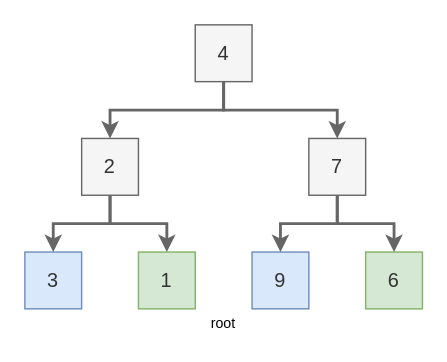
This is page "2" (2 of 3) of docs/problems201_300/invert-binary-tree.drawio from hanggrian/grind-leetcode, a draw.io file, before an edit. Source tidied: cells renumbered, new cells numbered last; positions are measured from the earlier drawing's top-left corner, leaving out a move shared by most shapes. Both pictures are drawn from the tidied source at 142%, with x=0, y=0 at pixel (24, 24).
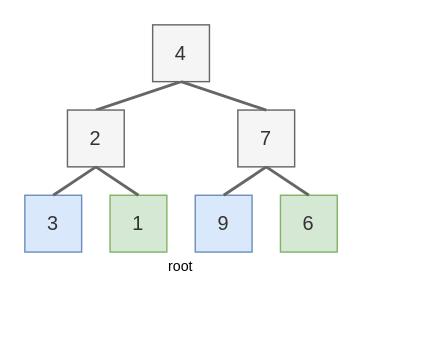
The same page after the edit.

Diff of the diagram source:
```diff
@@
 <mxGraphModel>
   <root>
-    <mxCell id="0" />
-    <mxCell id="1" parent="0" />
+    <mxCell id="16" />
+    <mxCell id="17" parent="16" />
-    <mxCell id="2" style="edgeStyle=orthogonalEdgeStyle;rounded=0;jettySize=auto;html=1;exitX=0.5;exitY=1;exitDx=0;exitDy=0;entryX=0.5;entryY=0;entryDx=0;entryDy=0;fillColor=#f5f5f5;strokeColor=#666666;strokeWidth=2;" parent="1" edge="1" source="3" target="4">
+    <mxCell id="2" style="rounded=0;jettySize=auto;html=1;exitX=0.5;exitY=1;exitDx=0;exitDy=0;entryX=0.5;entryY=0;entryDx=0;entryDy=0;fillColor=#f5f5f5;strokeColor=#666666;strokeWidth=2;endArrow=none;startFill=0;" parent="17" edge="1" source="3" target="4">
       <mxGeometry relative="1" as="geometry" />
     </mxCell>
-    <mxCell id="3" value="4" style="text;html=1;align=center;verticalAlign=middle;whiteSpace=wrap;rounded=0;fillColor=#f5f5f5;strokeColor=#666666;fontSize=14;fontColor=#333333;" parent="1" vertex="1">
-      <mxGeometry x="120" width="40" height="40" as="geometry" />
+    <mxCell id="3" value="4" style="text;html=1;align=center;verticalAlign=middle;whiteSpace=wrap;rounded=0;fillColor=#f5f5f5;strokeColor=#666666;fontSize=14;fontColor=#333333;" parent="17" vertex="1">
+      <mxGeometry x="90" width="40" height="40" as="geometry" />
     </mxCell>
-    <mxCell id="4" value="2" style="text;html=1;align=center;verticalAlign=middle;whiteSpace=wrap;rounded=0;fillColor=#f5f5f5;strokeColor=#666666;fontSize=14;fontColor=#333333;" parent="1" vertex="1">
-      <mxGeometry x="40" y="80" width="40" height="40" as="geometry" />
+    <mxCell id="4" value="2" style="text;html=1;align=center;verticalAlign=middle;whiteSpace=wrap;rounded=0;fillColor=#f5f5f5;strokeColor=#666666;fontSize=14;fontColor=#333333;" parent="17" vertex="1">
+      <mxGeometry x="30" y="60" width="40" height="40" as="geometry" />
     </mxCell>
-    <mxCell id="5" value="root" style="text;html=1;align=center;verticalAlign=middle;whiteSpace=wrap;rounded=0;fontSize=10;" parent="1" vertex="1">
-      <mxGeometry y="200" width="280" height="20" as="geometry" />
+    <mxCell id="5" value="root" style="text;html=1;align=center;verticalAlign=middle;whiteSpace=wrap;rounded=0;fontSize=10;" parent="17" vertex="1">
+      <mxGeometry y="160" width="220" height="20" as="geometry" />
     </mxCell>
+    <mxCell id="8" value="3" style="text;html=1;align=center;verticalAlign=middle;whiteSpace=wrap;rounded=0;fillColor=#dae8fc;strokeColor=#6c8ebf;fontSize=14;fontColor=#333333;" parent="17" vertex="1">
+      <mxGeometry y="120" width="40" height="40" as="geometry" />
+    </mxCell>
+    <mxCell id="9" style="rounded=0;jettySize=auto;html=1;exitX=0.5;exitY=1;exitDx=0;exitDy=0;entryX=0.5;entryY=0;entryDx=0;entryDy=0;fillColor=#f5f5f5;strokeColor=#666666;strokeWidth=2;endArrow=none;startFill=0;" parent="17" edge="1" source="4" target="8">
+      <mxGeometry relative="1" as="geometry" />
+    </mxCell>
-    <mxCell id="6" value="1" style="text;html=1;align=center;verticalAlign=middle;whiteSpace=wrap;rounded=0;fillColor=#d5e8d4;strokeColor=#82b366;fontSize=14;fontColor=#333333;" parent="1" vertex="1">
-      <mxGeometry x="80" y="160" width="40" height="40" as="geometry" />
+    <mxCell id="6" value="1" style="text;html=1;align=center;verticalAlign=middle;whiteSpace=wrap;rounded=0;fillColor=#d5e8d4;strokeColor=#82b366;fontSize=14;fontColor=#333333;" parent="17" vertex="1">
+      <mxGeometry x="60" y="120" width="40" height="40" as="geometry" />
     </mxCell>
-    <mxCell id="7" style="edgeStyle=orthogonalEdgeStyle;rounded=0;jettySize=auto;html=1;exitX=0.5;exitY=1;exitDx=0;exitDy=0;entryX=0.5;entryY=0;entryDx=0;entryDy=0;fillColor=#f5f5f5;strokeColor=#666666;strokeWidth=2;" parent="1" edge="1" source="4" target="6">
+    <mxCell id="7" style="rounded=0;jettySize=auto;html=1;exitX=0.5;exitY=1;exitDx=0;exitDy=0;entryX=0.5;entryY=0;entryDx=0;entryDy=0;fillColor=#f5f5f5;strokeColor=#666666;strokeWidth=2;endArrow=none;startFill=0;" parent="17" edge="1" source="4" target="6">
       <mxGeometry relative="1" as="geometry" />
     </mxCell>
-    <mxCell id="8" value="3" style="text;html=1;align=center;verticalAlign=middle;whiteSpace=wrap;rounded=0;fillColor=#dae8fc;strokeColor=#6c8ebf;fontSize=14;fontColor=#333333;" parent="1" vertex="1">
-      <mxGeometry y="160" width="40" height="40" as="geometry" />
-    </mxCell>
-    <mxCell id="9" style="edgeStyle=orthogonalEdgeStyle;rounded=0;jettySize=auto;html=1;exitX=0.5;exitY=1;exitDx=0;exitDy=0;entryX=0.5;entryY=0;entryDx=0;entryDy=0;fillColor=#f5f5f5;strokeColor=#666666;strokeWidth=2;" parent="1" edge="1" source="4" target="8">
-      <mxGeometry relative="1" as="geometry" />
-    </mxCell>
-    <mxCell id="10" value="7" style="text;html=1;align=center;verticalAlign=middle;whiteSpace=wrap;rounded=0;fillColor=#f5f5f5;strokeColor=#666666;fontSize=14;fontColor=#333333;" parent="1" vertex="1">
-      <mxGeometry x="200" y="80" width="40" height="40" as="geometry" />
+    <mxCell id="10" value="7" style="text;html=1;align=center;verticalAlign=middle;whiteSpace=wrap;rounded=0;fillColor=#f5f5f5;strokeColor=#666666;fontSize=14;fontColor=#333333;" parent="17" vertex="1">
+      <mxGeometry x="150" y="60" width="40" height="40" as="geometry" />
     </mxCell>
+    <mxCell id="13" value="9" style="text;html=1;align=center;verticalAlign=middle;whiteSpace=wrap;rounded=0;fillColor=#dae8fc;strokeColor=#6c8ebf;fontSize=14;fontColor=#333333;" parent="17" vertex="1">
+      <mxGeometry x="120" y="120" width="40" height="40" as="geometry" />
+    </mxCell>
+    <mxCell id="14" style="rounded=0;jettySize=auto;html=1;exitX=0.5;exitY=1;exitDx=0;exitDy=0;entryX=0.5;entryY=0;entryDx=0;entryDy=0;fillColor=#f5f5f5;strokeColor=#666666;strokeWidth=2;endArrow=none;startFill=0;" parent="17" edge="1" source="10" target="13">
+      <mxGeometry relative="1" as="geometry" />
+    </mxCell>
-    <mxCell id="11" value="6" style="text;html=1;align=center;verticalAlign=middle;whiteSpace=wrap;rounded=0;fillColor=#d5e8d4;strokeColor=#82b366;fontSize=14;fontColor=#333333;" parent="1" vertex="1">
-      <mxGeometry x="240" y="160" width="40" height="40" as="geometry" />
+    <mxCell id="11" value="6" style="text;html=1;align=center;verticalAlign=middle;whiteSpace=wrap;rounded=0;fillColor=#d5e8d4;strokeColor=#82b366;fontSize=14;fontColor=#333333;" parent="17" vertex="1">
+      <mxGeometry x="180" y="120" width="40" height="40" as="geometry" />
     </mxCell>
-    <mxCell id="12" style="edgeStyle=orthogonalEdgeStyle;rounded=0;jettySize=auto;html=1;exitX=0.5;exitY=1;exitDx=0;exitDy=0;entryX=0.5;entryY=0;entryDx=0;entryDy=0;fillColor=#f5f5f5;strokeColor=#666666;strokeWidth=2;" parent="1" edge="1" source="10" target="11">
+    <mxCell id="12" style="rounded=0;jettySize=auto;html=1;exitX=0.5;exitY=1;exitDx=0;exitDy=0;entryX=0.5;entryY=0;entryDx=0;entryDy=0;fillColor=#f5f5f5;strokeColor=#666666;strokeWidth=2;endArrow=none;startFill=0;" parent="17" edge="1" source="10" target="11">
       <mxGeometry relative="1" as="geometry" />
     </mxCell>
-    <mxCell id="13" value="9" style="text;html=1;align=center;verticalAlign=middle;whiteSpace=wrap;rounded=0;fillColor=#dae8fc;strokeColor=#6c8ebf;fontSize=14;fontColor=#333333;" parent="1" vertex="1">
-      <mxGeometry x="160" y="160" width="40" height="40" as="geometry" />
-    </mxCell>
-    <mxCell id="14" style="edgeStyle=orthogonalEdgeStyle;rounded=0;jettySize=auto;html=1;exitX=0.5;exitY=1;exitDx=0;exitDy=0;entryX=0.5;entryY=0;entryDx=0;entryDy=0;fillColor=#f5f5f5;strokeColor=#666666;strokeWidth=2;" parent="1" edge="1" source="10" target="13">
-      <mxGeometry relative="1" as="geometry" />
-    </mxCell>
-    <mxCell id="15" style="edgeStyle=orthogonalEdgeStyle;rounded=0;jettySize=auto;html=1;exitX=0.5;exitY=1;exitDx=0;exitDy=0;entryX=0.5;entryY=0;entryDx=0;entryDy=0;fillColor=#f5f5f5;strokeColor=#666666;strokeWidth=2;" parent="1" edge="1" source="3" target="10">
+    <mxCell id="15" style="rounded=0;jettySize=auto;html=1;exitX=0.5;exitY=1;exitDx=0;exitDy=0;entryX=0.5;entryY=0;entryDx=0;entryDy=0;fillColor=#f5f5f5;strokeColor=#666666;strokeWidth=2;endArrow=none;startFill=0;" parent="17" edge="1" source="3" target="10">
       <mxGeometry relative="1" as="geometry" />
     </mxCell>
   </root>
 </mxGraphModel>
```
